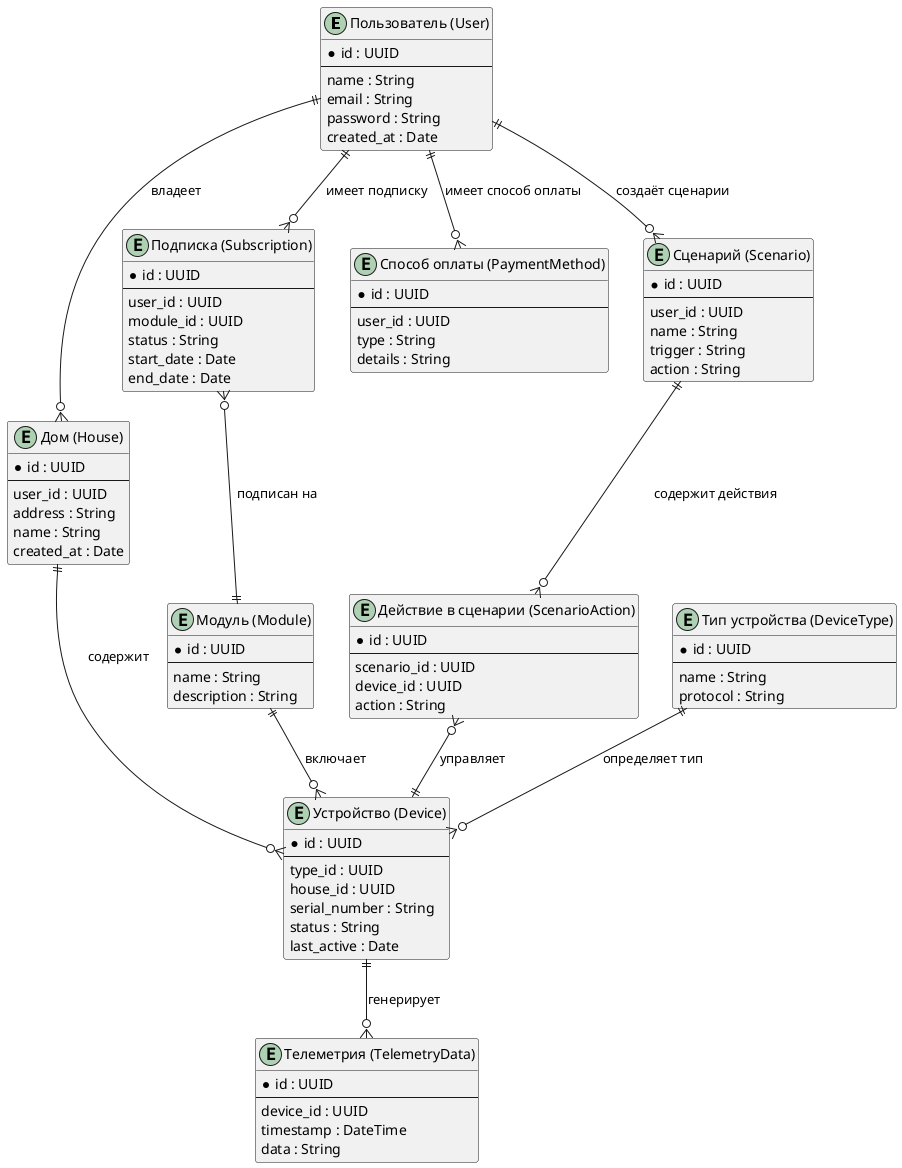
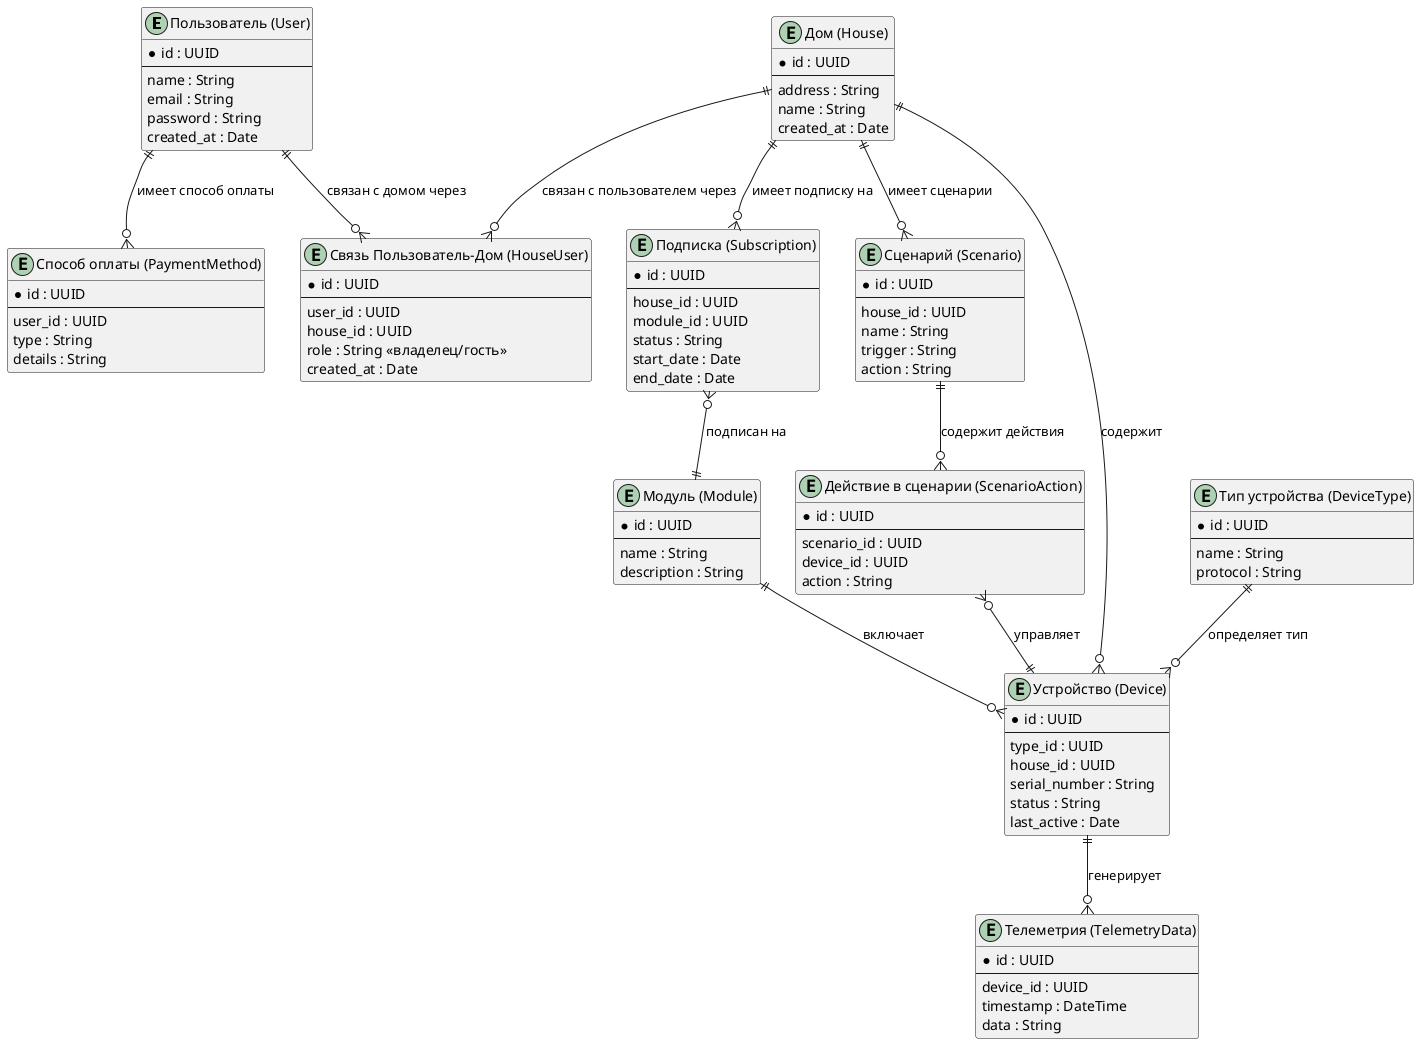
@startuml

' Пользователь
entity "Пользователь (User)" as User {
    * id : UUID
    --
    name : String
    email : String
    password : String
    created_at : Date
}

' Дом
entity "Дом (House)" as House {
    * id : UUID
    --
-     user_id : UUID
    address : String
    name : String
+     created_at : Date
+ }
+ 
+ ' Связь между Пользователями и Домами
+ entity "Связь Пользователь-Дом (HouseUser)" as HouseUser {
+     * id : UUID
+     --
+     user_id : UUID
+     house_id : UUID
+     role : String <<владелец/гость>>
    created_at : Date
}

' Устройство
entity "Устройство (Device)" as Device {
    * id : UUID
    --
    type_id : UUID
    house_id : UUID
    serial_number : String
    status : String
    last_active : Date
}

' Тип устройства
entity "Тип устройства (DeviceType)" as DeviceType {
    * id : UUID
    --
    name : String
    protocol : String
}

' Модуль
entity "Модуль (Module)" as Module {
    * id : UUID
    --
    name : String
    description : String
}

' Телеметрия
entity "Телеметрия (TelemetryData)" as TelemetryData {
    * id : UUID
    --
    device_id : UUID
    timestamp : DateTime
    data : String
}

' Подписка
entity "Подписка (Subscription)" as Subscription {
    * id : UUID
    --
-     user_id : UUID
+     house_id : UUID
    module_id : UUID
    status : String
    start_date : Date
    end_date : Date
}

' Способ оплаты
entity "Способ оплаты (PaymentMethod)" as PaymentMethod {
    * id : UUID
    --
    user_id : UUID
    type : String
    details : String
}

' Сценарий
entity "Сценарий (Scenario)" as Scenario {
    * id : UUID
    --
-     user_id : UUID
+     house_id : UUID
    name : String
    trigger : String
    action : String
}

' Действие в сценарии
entity "Действие в сценарии (ScenarioAction)" as ScenarioAction {
    * id : UUID
    --
    scenario_id : UUID
    device_id : UUID
    action : String
}

' Связи между сущностями
- User ||--o{ House : "владеет"
+ User ||--o{ HouseUser : "связан с домом через"
+ House ||--o{ HouseUser : "связан с пользователем через"
House ||--o{ Device : "содержит"
Device ||--o{ TelemetryData : "генерирует"
DeviceType ||--o{ Device : "определяет тип"
Module ||--o{ Device : "включает"
- User ||--o{ Subscription : "имеет подписку"
+ House ||--o{ Subscription : "имеет подписку на"
Subscription }o--|| Module : "подписан на"
User ||--o{ PaymentMethod : "имеет способ оплаты"
- User ||--o{ Scenario : "создаёт сценарии"
+ House ||--o{ Scenario : "имеет сценарии"
Scenario ||--o{ ScenarioAction : "содержит действия"
ScenarioAction }o--|| Device : "управляет"

@enduml